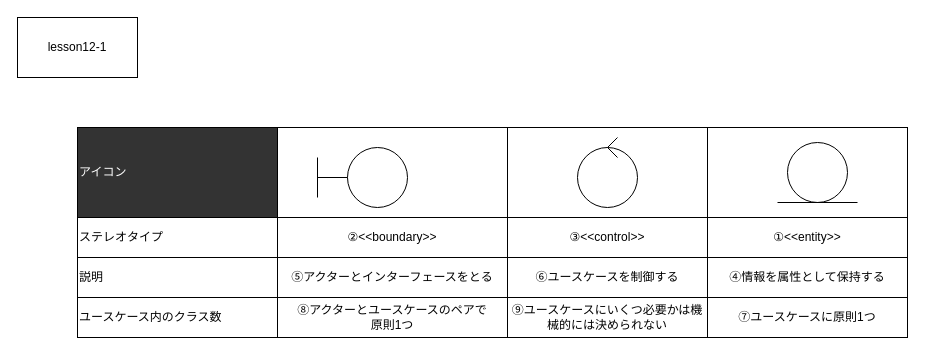
This is lesson12/12-1.drawio from hirutashougo/UML_introduction, a draw.io file, before an edit. Source tidied: cells renumbered, new cells numbered last; positions are measured from the earlier drawing's top-left corner, leaving out a move shared by most shapes. Both pictures are drawn from the tidied source at 100%, with x=0, y=0 at pixel (17, 17).
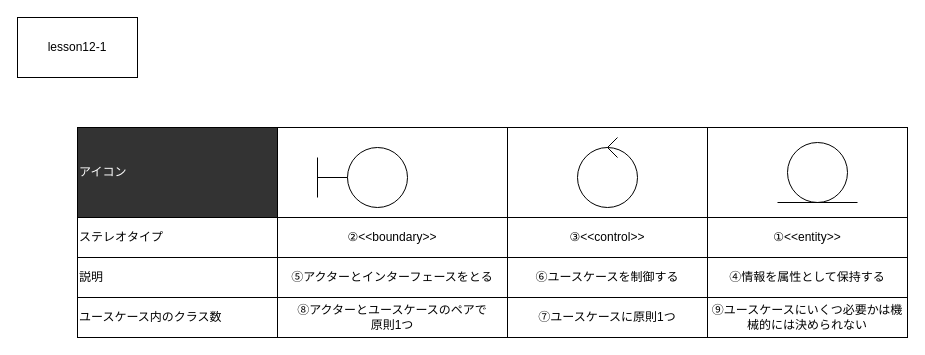
The same page after the edit.

Change to the diagram source:
```diff
@@
-    <mxCell id="15" value="⑨ユースケースにいくつ必要かは機械的には決められない" style="rounded=0;whiteSpace=wrap;html=1;" parent="1" vertex="1">
+    <mxCell id="15" value="⑦ユースケースに原則1つ" style="rounded=0;whiteSpace=wrap;html=1;" parent="1" vertex="1">
       <mxGeometry x="490" y="280" width="200" height="40" as="geometry" />
     </mxCell>
@@
-    <mxCell id="18" value="⑦ユースケースに原則1つ" style="rounded=0;whiteSpace=wrap;html=1;" parent="1" vertex="1">
+    <mxCell id="18" value="⑨ユースケースにいくつ必要かは機械的には決められない" style="rounded=0;whiteSpace=wrap;html=1;" parent="1" vertex="1">
       <mxGeometry x="690" y="280" width="200" height="40" as="geometry" />
     </mxCell>
```
